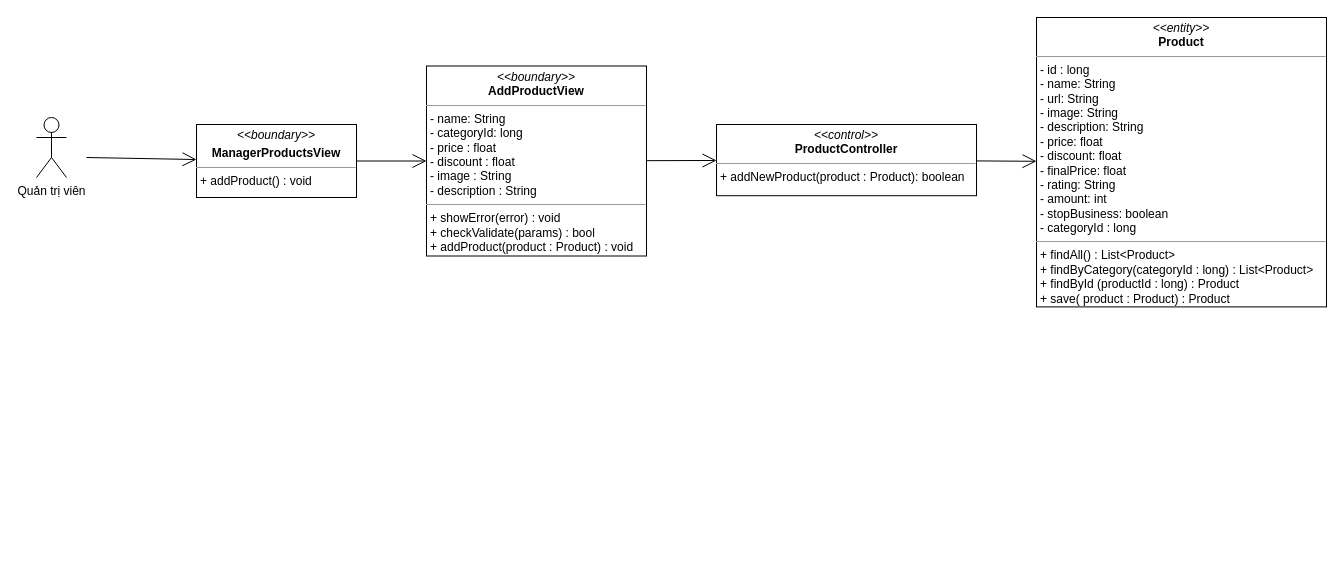
Earlier version of the draw.io diagram class diagram/manager-add-product-class-diagram.drawio (nguyenphamvan/datn_20202). Source tidied: cells renumbered, new cells numbered last; positions are measured from the earlier drawing's top-left corner, leaving out a move shared by most shapes. Both pictures are drawn from the tidied source at 100%, with x=0, y=0 at pixel (36, 17).
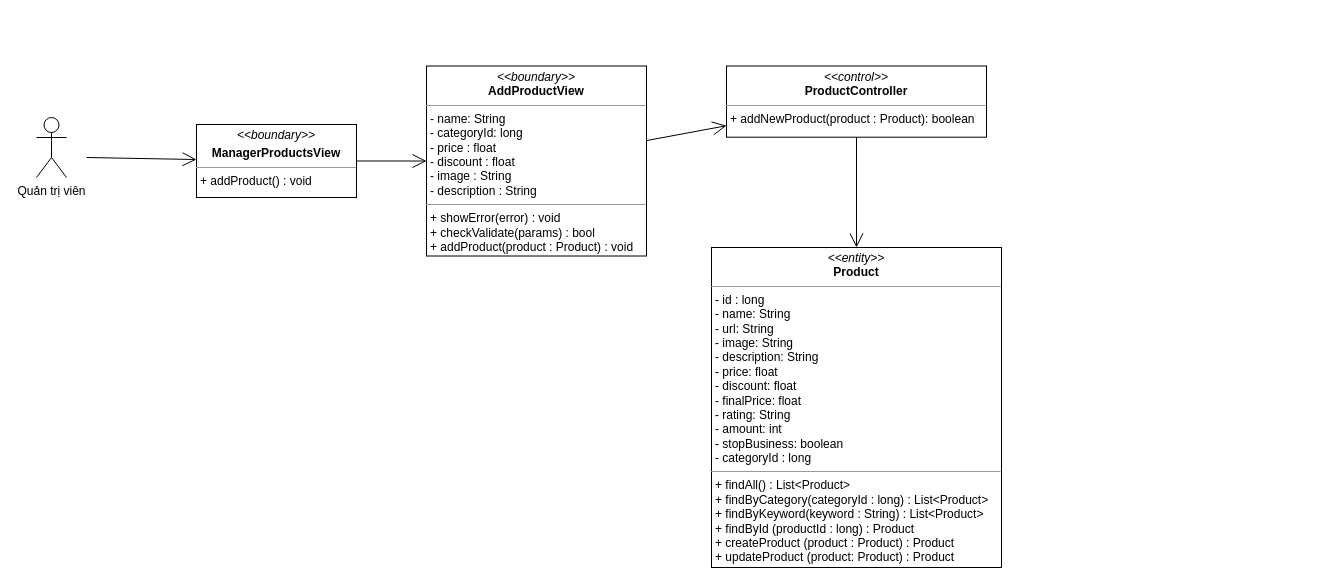
Above is the later version.

Change to the diagram source:
```diff
@@
 <mxGraphModel>
   <root>
     <mxCell id="0" />
     <mxCell id="1" parent="0" />
     <mxCell id="2" value="&lt;p style=&quot;margin: 0px ; margin-top: 4px ; text-align: center&quot;&gt;&lt;i&gt;&amp;lt;&amp;lt;boundary&amp;gt;&amp;gt;&lt;/i&gt;&lt;/p&gt;&lt;p style=&quot;margin: 0px ; margin-top: 4px ; text-align: center&quot;&gt;&lt;b&gt;ManagerProductsView&lt;/b&gt;&lt;/p&gt;&lt;hr size=&quot;1&quot;&gt;&lt;p style=&quot;margin: 0px ; margin-left: 4px&quot;&gt;&lt;span&gt;+ addProduct() : void&lt;/span&gt;&lt;/p&gt;" style="verticalAlign=top;align=left;overflow=fill;fontSize=12;fontFamily=Helvetica;html=1;" parent="1" vertex="1">
       <mxGeometry x="160" y="107" width="160" height="73" as="geometry" />
     </mxCell>
     <mxCell id="3" style="endArrow=open;endFill=1;endSize=12;html=1;exitX=1;exitY=0.5;exitDx=0;exitDy=0;" parent="1" edge="1" source="2" target="7">
       <mxGeometry relative="1" as="geometry" />
     </mxCell>
     <mxCell id="4" value="&lt;p style=&quot;margin: 0px ; margin-top: 4px ; text-align: center&quot;&gt;&lt;i&gt;&amp;lt;&amp;lt;control&amp;gt;&amp;gt;&lt;/i&gt;&lt;br&gt;&lt;b&gt;ProductController&lt;/b&gt;&lt;/p&gt;&lt;hr size=&quot;1&quot;&gt;&lt;p style=&quot;margin: 0px ; margin-left: 4px&quot;&gt;+ addNewProduct(product : Product): boolean&lt;br&gt;&lt;/p&gt;" style="verticalAlign=top;align=left;overflow=fill;fontSize=12;fontFamily=Helvetica;html=1;" parent="1" vertex="1">
-      <mxGeometry x="680" y="107" width="260" height="71.2" as="geometry" />
+      <mxGeometry x="690" y="48.5" width="260" height="71.2" as="geometry" />
     </mxCell>
-    <mxCell id="5" value="&lt;p style=&quot;margin: 0px ; margin-top: 4px ; text-align: center&quot;&gt;&lt;i&gt;&amp;lt;&amp;lt;entity&amp;gt;&amp;gt;&lt;/i&gt;&lt;br&gt;&lt;b&gt;Product&lt;/b&gt;&lt;/p&gt;&lt;hr size=&quot;1&quot;&gt;&lt;p style=&quot;margin: 0px ; margin-left: 4px&quot;&gt;- id : long&lt;/p&gt;&lt;p style=&quot;margin: 0px ; margin-left: 4px&quot;&gt;- name: String&lt;br&gt;- url: String&lt;/p&gt;&lt;p style=&quot;margin: 0px ; margin-left: 4px&quot;&gt;- image: String&lt;/p&gt;&lt;p style=&quot;margin: 0px ; margin-left: 4px&quot;&gt;- description: String&lt;/p&gt;&lt;p style=&quot;margin: 0px ; margin-left: 4px&quot;&gt;- price: float&lt;/p&gt;&lt;p style=&quot;margin: 0px ; margin-left: 4px&quot;&gt;- discount: float&lt;/p&gt;&lt;p style=&quot;margin: 0px ; margin-left: 4px&quot;&gt;- finalPrice: float&lt;/p&gt;&lt;p style=&quot;margin: 0px ; margin-left: 4px&quot;&gt;- rating: String&lt;/p&gt;&lt;p style=&quot;margin: 0px ; margin-left: 4px&quot;&gt;- amount: int&lt;/p&gt;&lt;p style=&quot;margin: 0px ; margin-left: 4px&quot;&gt;- stopBusiness: boolean&lt;/p&gt;&lt;p style=&quot;margin: 0px ; margin-left: 4px&quot;&gt;- categoryId : long&lt;/p&gt;&lt;hr size=&quot;1&quot;&gt;&lt;p style=&quot;margin: 0px 0px 0px 4px&quot;&gt;+ findAll() : List&amp;lt;Product&amp;gt;&lt;/p&gt;&lt;p style=&quot;margin: 0px 0px 0px 4px&quot;&gt;+ findByCategory(categoryId : long) : List&amp;lt;Product&amp;gt;&lt;/p&gt;&lt;p style=&quot;margin: 0px 0px 0px 4px&quot;&gt;+ findById (productId : long) : Product&lt;/p&gt;&lt;p style=&quot;margin: 0px 0px 0px 4px&quot;&gt;+ save( product : Product) : Product&lt;/p&gt;" style="verticalAlign=top;align=left;overflow=fill;fontSize=12;fontFamily=Helvetica;html=1;" parent="1" vertex="1">
-      <mxGeometry x="1000" width="290" height="289.4" as="geometry" />
+    <mxCell id="5" value="&lt;p style=&quot;margin: 0px ; margin-top: 4px ; text-align: center&quot;&gt;&lt;i&gt;&amp;lt;&amp;lt;entity&amp;gt;&amp;gt;&lt;/i&gt;&lt;br&gt;&lt;b&gt;Product&lt;/b&gt;&lt;/p&gt;&lt;hr size=&quot;1&quot;&gt;&lt;p style=&quot;margin: 0px ; margin-left: 4px&quot;&gt;- id : long&lt;/p&gt;&lt;p style=&quot;margin: 0px ; margin-left: 4px&quot;&gt;- name: String&lt;br&gt;- url: String&lt;/p&gt;&lt;p style=&quot;margin: 0px ; margin-left: 4px&quot;&gt;- image: String&lt;/p&gt;&lt;p style=&quot;margin: 0px ; margin-left: 4px&quot;&gt;- description: String&lt;/p&gt;&lt;p style=&quot;margin: 0px ; margin-left: 4px&quot;&gt;- price: float&lt;/p&gt;&lt;p style=&quot;margin: 0px ; margin-left: 4px&quot;&gt;- discount: float&lt;/p&gt;&lt;p style=&quot;margin: 0px ; margin-left: 4px&quot;&gt;- finalPrice: float&lt;/p&gt;&lt;p style=&quot;margin: 0px ; margin-left: 4px&quot;&gt;- rating: String&lt;/p&gt;&lt;p style=&quot;margin: 0px ; margin-left: 4px&quot;&gt;- amount: int&lt;/p&gt;&lt;p style=&quot;margin: 0px ; margin-left: 4px&quot;&gt;- stopBusiness: boolean&lt;/p&gt;&lt;p style=&quot;margin: 0px ; margin-left: 4px&quot;&gt;- categoryId : long&lt;/p&gt;&lt;hr size=&quot;1&quot;&gt;&lt;p style=&quot;margin: 0px 0px 0px 4px&quot;&gt;+ findAll() : List&amp;lt;Product&amp;gt;&lt;/p&gt;&lt;p style=&quot;margin: 0px 0px 0px 4px&quot;&gt;+ findByCategory(categoryId : long) : List&amp;lt;Product&amp;gt;&lt;/p&gt;&lt;p style=&quot;margin: 0px 0px 0px 4px&quot;&gt;+ findByKeyword(keyword : String) : List&amp;lt;Product&amp;gt;&lt;/p&gt;&lt;p style=&quot;margin: 0px 0px 0px 4px&quot;&gt;+ findById (productId : long) : Product&lt;/p&gt;&lt;p style=&quot;margin: 0px 0px 0px 4px&quot;&gt;+ createProduct (product : Product) : Product&lt;/p&gt;&lt;p style=&quot;margin: 0px 0px 0px 4px&quot;&gt;+ updateProduct (product: Product) : Product&lt;/p&gt;" style="verticalAlign=top;align=left;overflow=fill;fontSize=12;fontFamily=Helvetica;html=1;" parent="1" vertex="1">
+      <mxGeometry x="675" y="230" width="290" height="320" as="geometry" />
     </mxCell>
     <mxCell id="6" style="endArrow=open;endFill=1;endSize=12;html=1;" parent="1" edge="1" source="4" target="5">
       <mxGeometry relative="1" as="geometry" />
     </mxCell>
     <mxCell id="7" value="&lt;p style=&quot;margin: 0px ; margin-top: 4px ; text-align: center&quot;&gt;&lt;i&gt;&amp;lt;&amp;lt;boundary&amp;gt;&amp;gt;&lt;/i&gt;&lt;br&gt;&lt;b&gt;AddProductView&lt;/b&gt;&lt;/p&gt;&lt;hr size=&quot;1&quot;&gt;&lt;p style=&quot;margin: 0px ; margin-left: 4px&quot;&gt;- name: String&lt;br&gt;- categoryId: long&lt;/p&gt;&lt;p style=&quot;margin: 0px ; margin-left: 4px&quot;&gt;- price : float&lt;/p&gt;&lt;p style=&quot;margin: 0px ; margin-left: 4px&quot;&gt;- discount : float&lt;/p&gt;&lt;p style=&quot;margin: 0px ; margin-left: 4px&quot;&gt;- image : String&lt;/p&gt;&lt;p style=&quot;margin: 0px ; margin-left: 4px&quot;&gt;- description : String&lt;/p&gt;&lt;hr size=&quot;1&quot;&gt;&lt;p style=&quot;margin: 0px 0px 0px 4px&quot;&gt;+ showError(error) : void&lt;br&gt;&lt;/p&gt;&lt;p style=&quot;margin: 0px 0px 0px 4px&quot;&gt;+ checkValidate(params) : bool&lt;/p&gt;&lt;p style=&quot;margin: 0px 0px 0px 4px&quot;&gt;+ addProduct(product : Product) : void&lt;/p&gt;" style="verticalAlign=top;align=left;overflow=fill;fontSize=12;fontFamily=Helvetica;html=1;" parent="1" vertex="1">
       <mxGeometry x="390" y="48.5" width="220" height="190" as="geometry" />
     </mxCell>
     <mxCell id="8" style="endArrow=open;endFill=1;endSize=12;html=1;" parent="1" edge="1" source="7" target="4">
       <mxGeometry relative="1" as="geometry" />
     </mxCell>
     <mxCell id="9" value="Quản trị viên" style="shape=umlActor;verticalLabelPosition=bottom;verticalAlign=top;html=1;" parent="1" vertex="1">
       <mxGeometry y="100" width="30" height="60" as="geometry" />
     </mxCell>
     <mxCell id="10" style="endArrow=open;endFill=1;endSize=12;html=1;" parent="1" edge="1" target="2">
       <mxGeometry relative="1" as="geometry">
         <mxPoint x="50" y="140" as="sourcePoint" />
       </mxGeometry>
     </mxCell>
   </root>
 </mxGraphModel>
```
